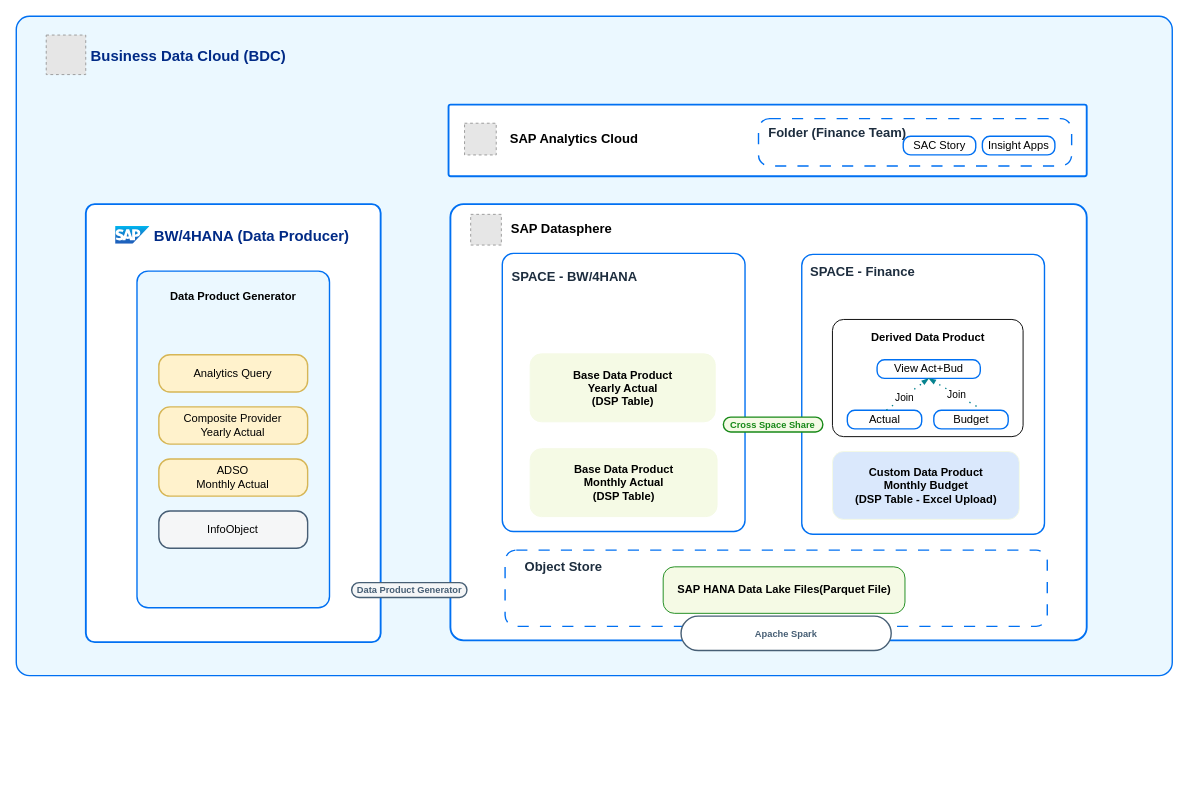
Before: docs/ref-arch/RA0013/4-modernizing-sap-bw-with-sap-bdc/drawio/bw-bdc-detailed.drawio in SAP/architecture-center, a draw.io diagram. Source tidied: cells renumbered, new cells numbered last; positions are measured from the earlier drawing's top-left corner, leaving out a move shared by most shapes. Both pictures are drawn from the tidied source at 93%, with x=0, y=0 at pixel (16, 16). Pictures stored in the file or linked from it are replaced by grey dashed boxes.
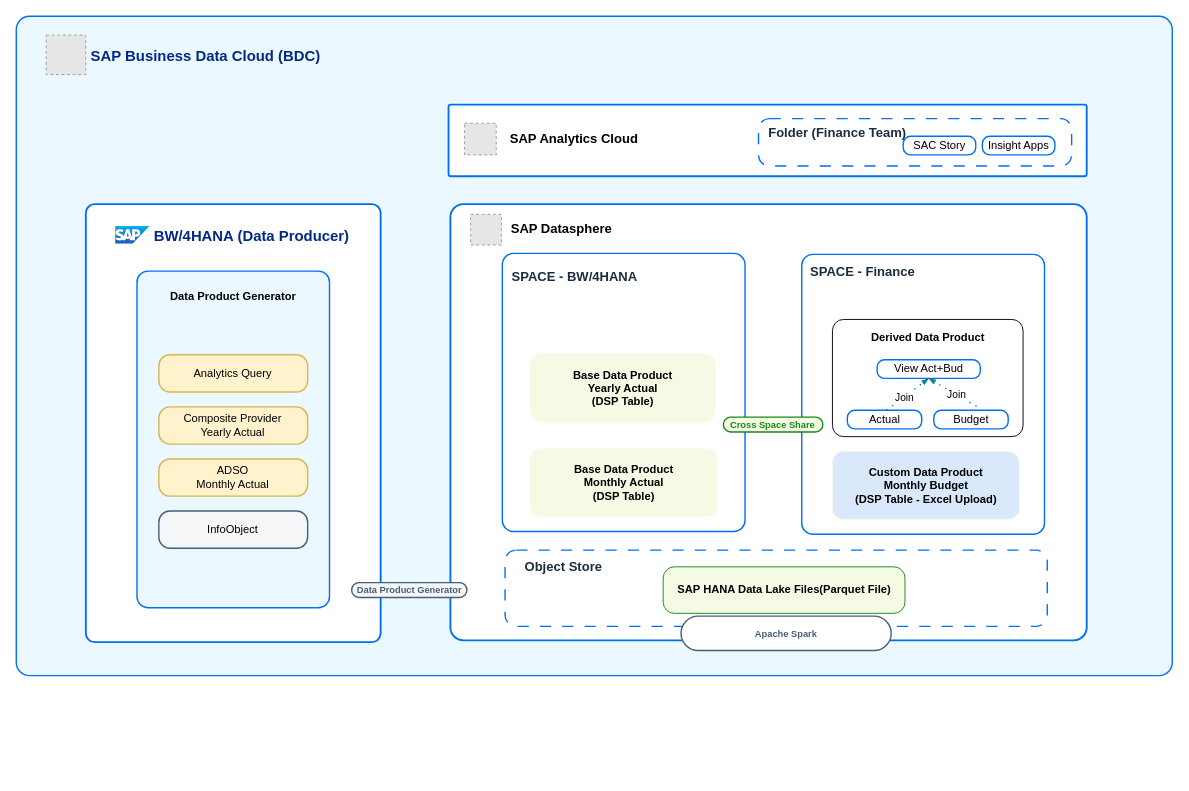
The same diagram, later.

Change to the diagram source:
```diff
@@
-    <mxCell id="3" value=" Business Data Cloud (BDC)" style="image;image=img/lib/sap/SAP_Logo.svg;editableCssRules=.*;verticalLabelPosition=middle;labelBackgroundColor=none;verticalAlign=middle;imageAspect=0;labelPosition=right;align=left;fontSize=16;fontStyle=1;spacingLeft=0;fontColor=#002A86;spacing=0;" parent="1" vertex="1">
+    <mxCell id="3" value=" SAP Business Data Cloud (BDC)" style="image;image=img/lib/sap/SAP_Logo.svg;editableCssRules=.*;verticalLabelPosition=middle;labelBackgroundColor=none;verticalAlign=middle;imageAspect=0;labelPosition=right;align=left;fontSize=16;fontStyle=1;spacingLeft=0;fontColor=#002A86;spacing=0;" parent="1" vertex="1">
       <mxGeometry x="39" y="32" width="37" height="19" as="geometry" />
     </mxCell>
```
